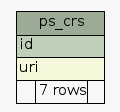
kalxas/rasdaman keeps this Graphviz diagram as manuals_and_examples/manuals/doc-petascope/dbschema/schema/diagrams/summary/ps_crs.1degree.png. Above is the earlier version. Its source is kept beside it as manuals_and_examples/manuals/doc-petascope/dbschema/schema/diagrams/summary/ps_crs.1degree.dot.
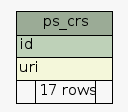
The same diagram one commit later.

Change to the diagram source:
```diff
@@ -21,7 +21,7 @@
       <TR><TD COLSPAN="3" BGCOLOR="#9bab96" ALIGN="CENTER">ps_crs</TD></TR>
       <TR><TD PORT="id" COLSPAN="3" BGCOLOR="#bed1b8" ALIGN="LEFT">id</TD></TR>
       <TR><TD PORT="uri" COLSPAN="3" BGCOLOR="#f4f7da" ALIGN="LEFT">uri</TD></TR>
-      <TR><TD ALIGN="LEFT" BGCOLOR="#f7f7f7">  </TD><TD ALIGN="RIGHT" BGCOLOR="#f7f7f7">7 rows</TD><TD ALIGN="RIGHT" BGCOLOR="#f7f7f7">  </TD></TR>
+      <TR><TD ALIGN="LEFT" BGCOLOR="#f7f7f7">  </TD><TD ALIGN="RIGHT" BGCOLOR="#f7f7f7">17 rows</TD><TD ALIGN="RIGHT" BGCOLOR="#f7f7f7">  </TD></TR>
     </TABLE>>
     URL="tables/ps_crs.html"
     tooltip="ps_crs"
```
